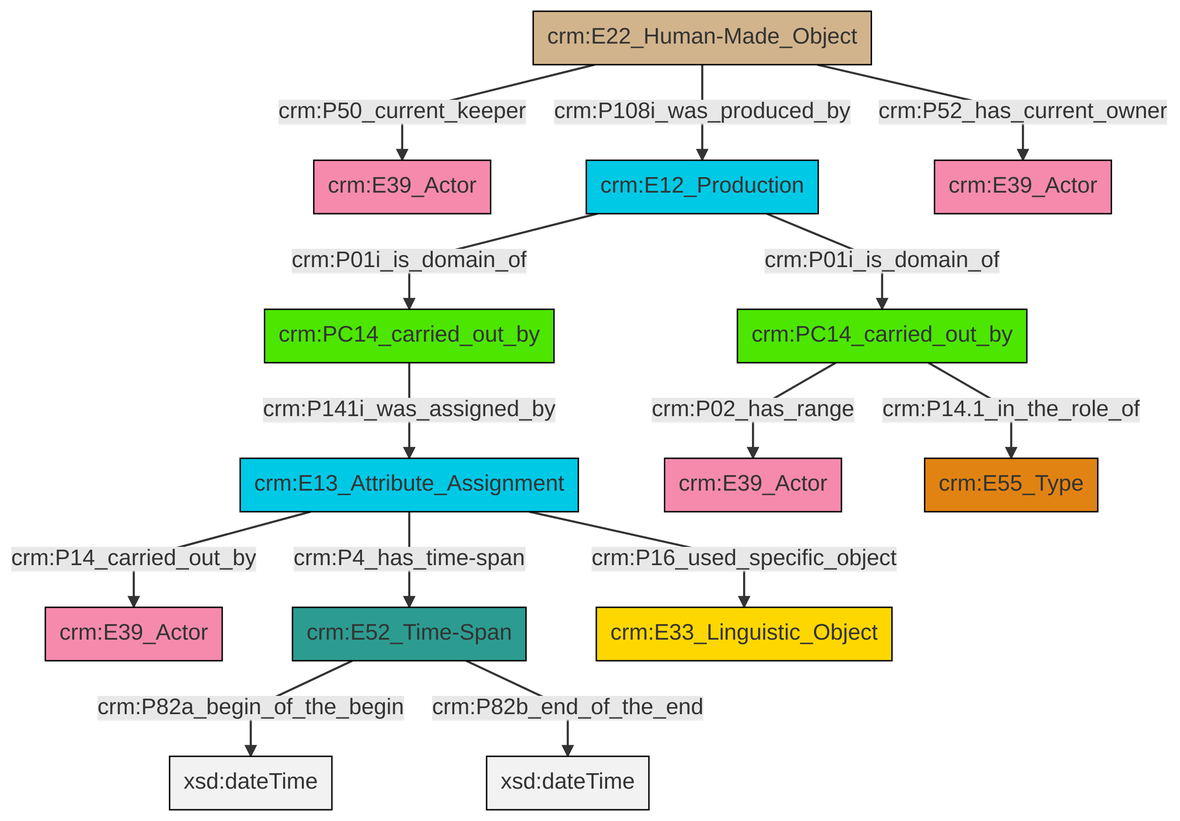
Before: et/carrierCSV/ttl/mmd/png/carrier_relations.png, a diagram exported from Mermaid (swiss-art-research-net/docs.swissartresearch). Its source is kept beside it as et/carrierCSV/ttl/mmd/carrier_relations.ttl.mmd.
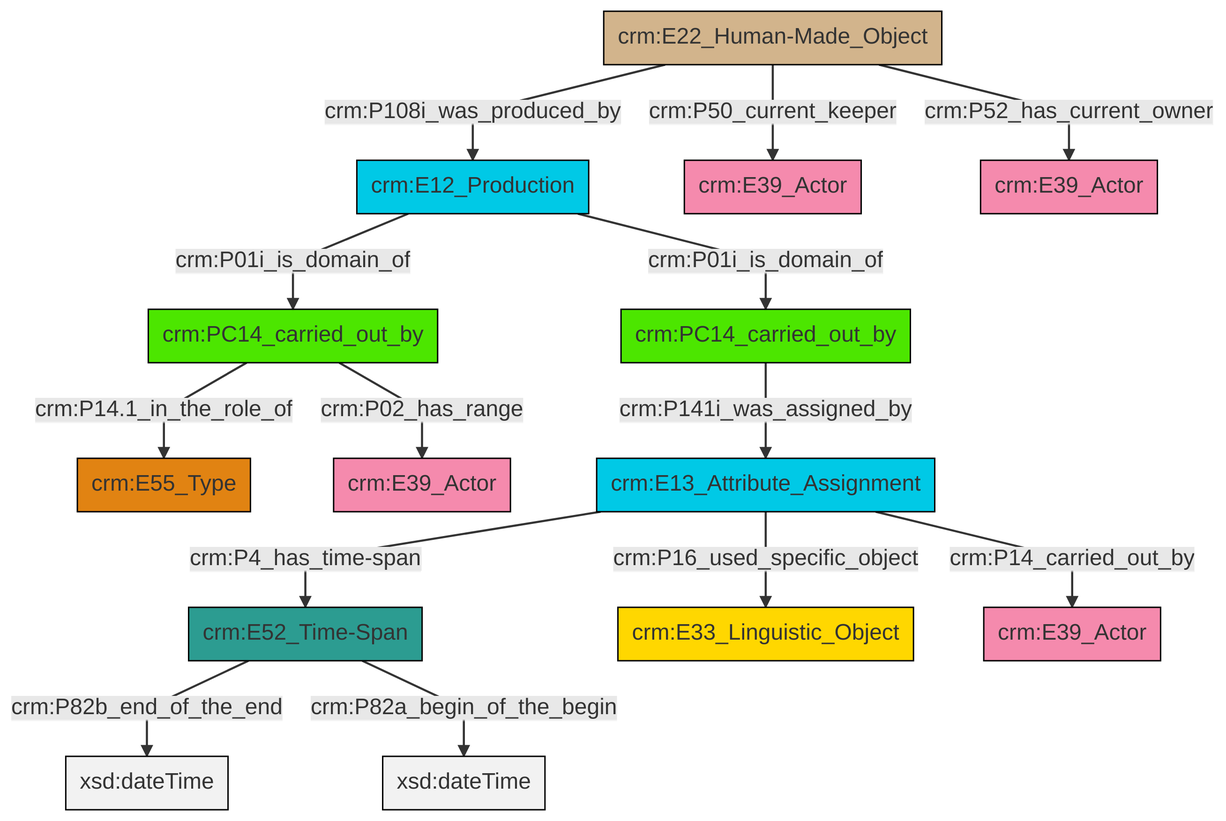
After the change.

Diff of the diagram source:
```diff
@@ -13,16 +13,16 @@
 classDef PC_Classes fill:#4ce600, stroke:#000000;
 classDef Multi fill:#cccccc,stroke:#000000;
 
-2["crm:E13_Attribute_Assignment"]:::Temporal_Entity -->|crm:P14_carried_out_by| 3["crm:E39_Actor"]:::Actor
-4["crm:E52_Time-Span"]:::Time-Span -->|crm:P82a_begin_of_the_begin| 5[xsd:dateTime]:::Literal
-6["crm:PC14_carried_out_by"]:::PC_Classes -->|crm:P141i_was_assigned_by| 2["crm:E13_Attribute_Assignment"]:::Temporal_Entity
-7["crm:E22_Human-Made_Object"]:::Physical_Thing -->|crm:P50_current_keeper| 8["crm:E39_Actor"]:::Actor
-9["crm:E12_Production"]:::Temporal_Entity -->|crm:P01i_is_domain_of| 6["crm:PC14_carried_out_by"]:::PC_Classes
-14["crm:PC14_carried_out_by"]:::PC_Classes -->|crm:P02_has_range| 10["crm:E39_Actor"]:::Actor
-14["crm:PC14_carried_out_by"]:::PC_Classes -->|crm:P14.1_in_the_role_of| 0["crm:E55_Type"]:::Type
-2["crm:E13_Attribute_Assignment"]:::Temporal_Entity -->|crm:P4_has_time-span| 4["crm:E52_Time-Span"]:::Time-Span
-9["crm:E12_Production"]:::Temporal_Entity -->|crm:P01i_is_domain_of| 14["crm:PC14_carried_out_by"]:::PC_Classes
-7["crm:E22_Human-Made_Object"]:::Physical_Thing -->|crm:P108i_was_produced_by| 9["crm:E12_Production"]:::Temporal_Entity
-7["crm:E22_Human-Made_Object"]:::Physical_Thing -->|crm:P52_has_current_owner| 12["crm:E39_Actor"]:::Actor
-4["crm:E52_Time-Span"]:::Time-Span -->|crm:P82b_end_of_the_end| 18[xsd:dateTime]:::Literal
-2["crm:E13_Attribute_Assignment"]:::Temporal_Entity -->|crm:P16_used_specific_object| 19["crm:E33_Linguistic_Object"]:::Conceptual_Object
+4["crm:E22_Human-Made_Object"]:::Physical_Thing -->|crm:P108i_was_produced_by| 5["crm:E12_Production"]:::Temporal_Entity
+2["crm:E52_Time-Span"]:::Time-Span -->|crm:P82b_end_of_the_end| 7[xsd:dateTime]:::Literal
+5["crm:E12_Production"]:::Temporal_Entity -->|crm:P01i_is_domain_of| 0["crm:PC14_carried_out_by"]:::PC_Classes
+5["crm:E12_Production"]:::Temporal_Entity -->|crm:P01i_is_domain_of| 8["crm:PC14_carried_out_by"]:::PC_Classes
+8["crm:PC14_carried_out_by"]:::PC_Classes -->|crm:P14.1_in_the_role_of| 9["crm:E55_Type"]:::Type
+2["crm:E52_Time-Span"]:::Time-Span -->|crm:P82a_begin_of_the_begin| 18[xsd:dateTime]:::Literal
+0["crm:PC14_carried_out_by"]:::PC_Classes -->|crm:P141i_was_assigned_by| 19["crm:E13_Attribute_Assignment"]:::Temporal_Entity
+4["crm:E22_Human-Made_Object"]:::Physical_Thing -->|crm:P52_has_current_owner| 15["crm:E39_Actor"]:::Actor
+8["crm:PC14_carried_out_by"]:::PC_Classes -->|crm:P02_has_range| 13["crm:E39_Actor"]:::Actor
+19["crm:E13_Attribute_Assignment"]:::Temporal_Entity -->|crm:P14_carried_out_by| 23["crm:E39_Actor"]:::Actor
+4["crm:E22_Human-Made_Object"]:::Physical_Thing -->|crm:P50_current_keeper| 11["crm:E39_Actor"]:::Actor
+19["crm:E13_Attribute_Assignment"]:::Temporal_Entity -->|crm:P16_used_specific_object| 20["crm:E33_Linguistic_Object"]:::Conceptual_Object
+19["crm:E13_Attribute_Assignment"]:::Temporal_Entity -->|crm:P4_has_time-span| 2["crm:E52_Time-Span"]:::Time-Span
```
